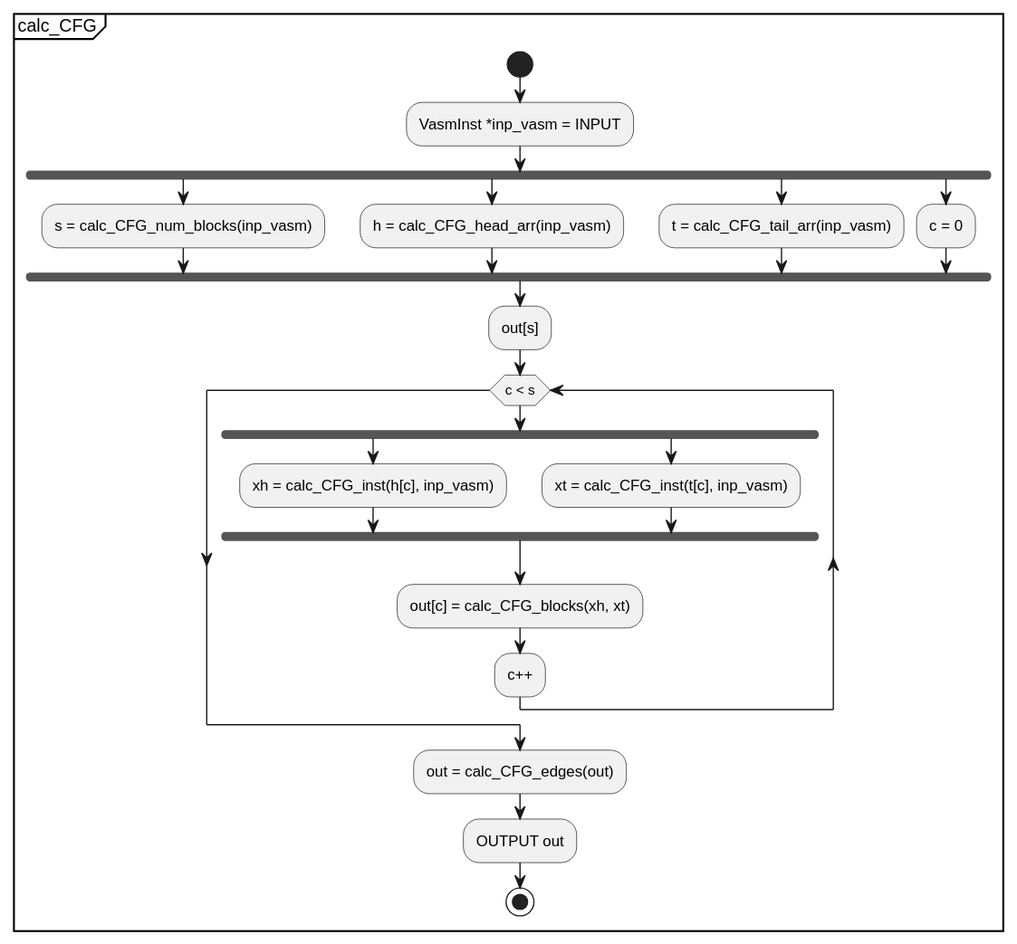
This is docs/UML/Control_Flow_Graph_Generation_Scheme/submodules/svg/calc_CFG.svg from KeithCBrett/Python-Compiler, a PlantUML export, as it was before one commit.
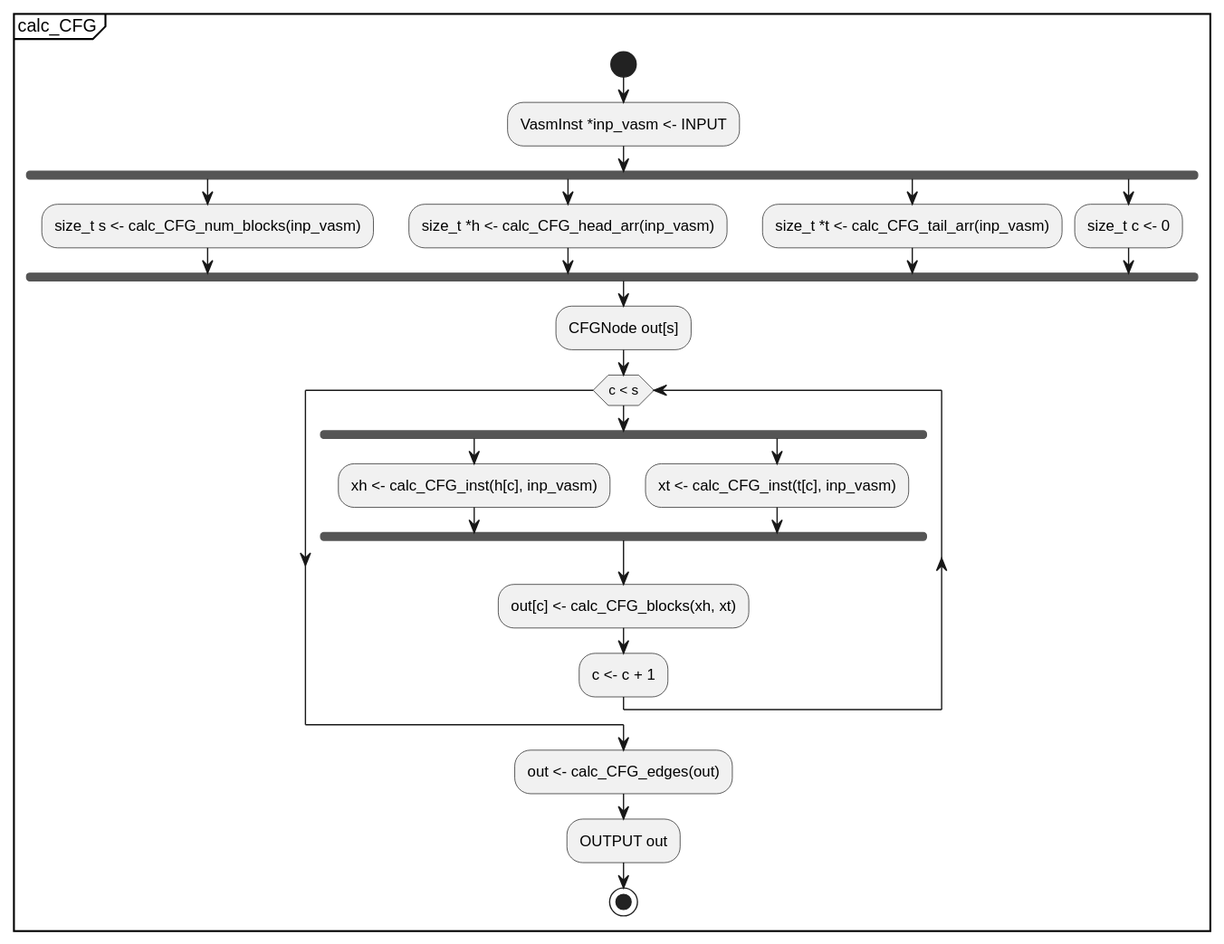
Above is the later version.

Diff of the diagram source:
```diff
@@ -1,28 +1,28 @@
 @startuml
 partition calc_CFG {
-    start
-    :VasmInst *inp_vasm = INPUT;
-    fork
-        :s = calc_CFG_num_blocks(inp_vasm);
-    fork again
-        :h = calc_CFG_head_arr(inp_vasm);
-    fork again
-        :t = calc_CFG_tail_arr(inp_vasm);
-    fork again
-        :c = 0;
-    fork end
-    :out[s];
-    while (c < s)
-        fork
-            :xh = calc_CFG_inst(h[c], inp_vasm);
-        fork again
-            :xt = calc_CFG_inst(t[c], inp_vasm);
-        fork end
-        :out[c] = calc_CFG_blocks(xh, xt);
-        :c++;
-    endwhile
-    :out = calc_CFG_edges(out);
-    :OUTPUT out;
-    stop
+	start
+	:VasmInst *inp_vasm <- INPUT;
+	fork
+		:size_t s <- calc_CFG_num_blocks(inp_vasm);
+	fork again
+		:size_t *h <- calc_CFG_head_arr(inp_vasm);
+	fork again
+		:size_t *t <- calc_CFG_tail_arr(inp_vasm);
+	fork again
+		:size_t c <- 0;
+	fork end
+	:CFGNode out[s];
+	while (c < s)
+		fork
+			:xh <- calc_CFG_inst(h[c], inp_vasm);
+		fork again
+			:xt <- calc_CFG_inst(t[c], inp_vasm);
+		fork end
+		:out[c] <- calc_CFG_blocks(xh, xt);
+		:c <- c + 1;
+	endwhile
+	:out <- calc_CFG_edges(out);
+	:OUTPUT out;
+	stop
 }
 @enduml
```
